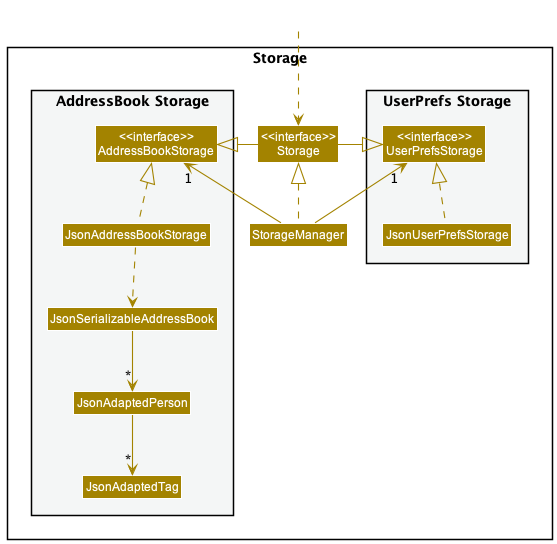
The PlantUML diagram docs/images/StorageClassDiagram.png in nus-cs2103-AY2223S1/tp, before a commit.
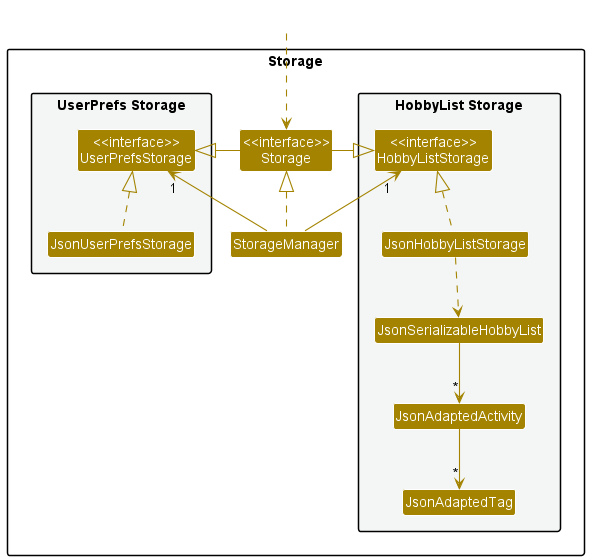
After the change.

Diff of the diagram source:
```diff
@@ -14,11 +14,11 @@
 Class "<<interface>>\nStorage" as Storage
 Class StorageManager
 
-package "AddressBook Storage" #F4F6F6{
-Class "<<interface>>\nAddressBookStorage" as AddressBookStorage
-Class JsonAddressBookStorage
-Class JsonSerializableAddressBook
-Class JsonAdaptedPerson
+package "HobbyList Storage" #F4F6F6{
+Class "<<interface>>\nHobbyListStorage" as HobbyListStorage
+Class JsonHobbyListStorage
+Class JsonSerializableHobbyList
+Class JsonAdaptedActivity
 Class JsonAdaptedTag
 }
 
@@ -29,15 +29,15 @@
 
 StorageManager .up.|> Storage
 StorageManager -up-> "1" UserPrefsStorage
-StorageManager -up-> "1" AddressBookStorage
+StorageManager -up-> "1" HobbyListStorage
 
 Storage -left-|> UserPrefsStorage
-Storage -right-|> AddressBookStorage
+Storage -right-|> HobbyListStorage
 
 JsonUserPrefsStorage .up.|> UserPrefsStorage
-JsonAddressBookStorage .up.|> AddressBookStorage
-JsonAddressBookStorage ..> JsonSerializableAddressBook
-JsonSerializableAddressBook --> "*" JsonAdaptedPerson
-JsonAdaptedPerson --> "*" JsonAdaptedTag
+JsonHobbyListStorage .up.|> HobbyListStorage
+JsonHobbyListStorage ..> JsonSerializableHobbyList
+JsonSerializableHobbyList --> "*" JsonAdaptedActivity
+JsonAdaptedActivity --> "*" JsonAdaptedTag
 
 @enduml
```
